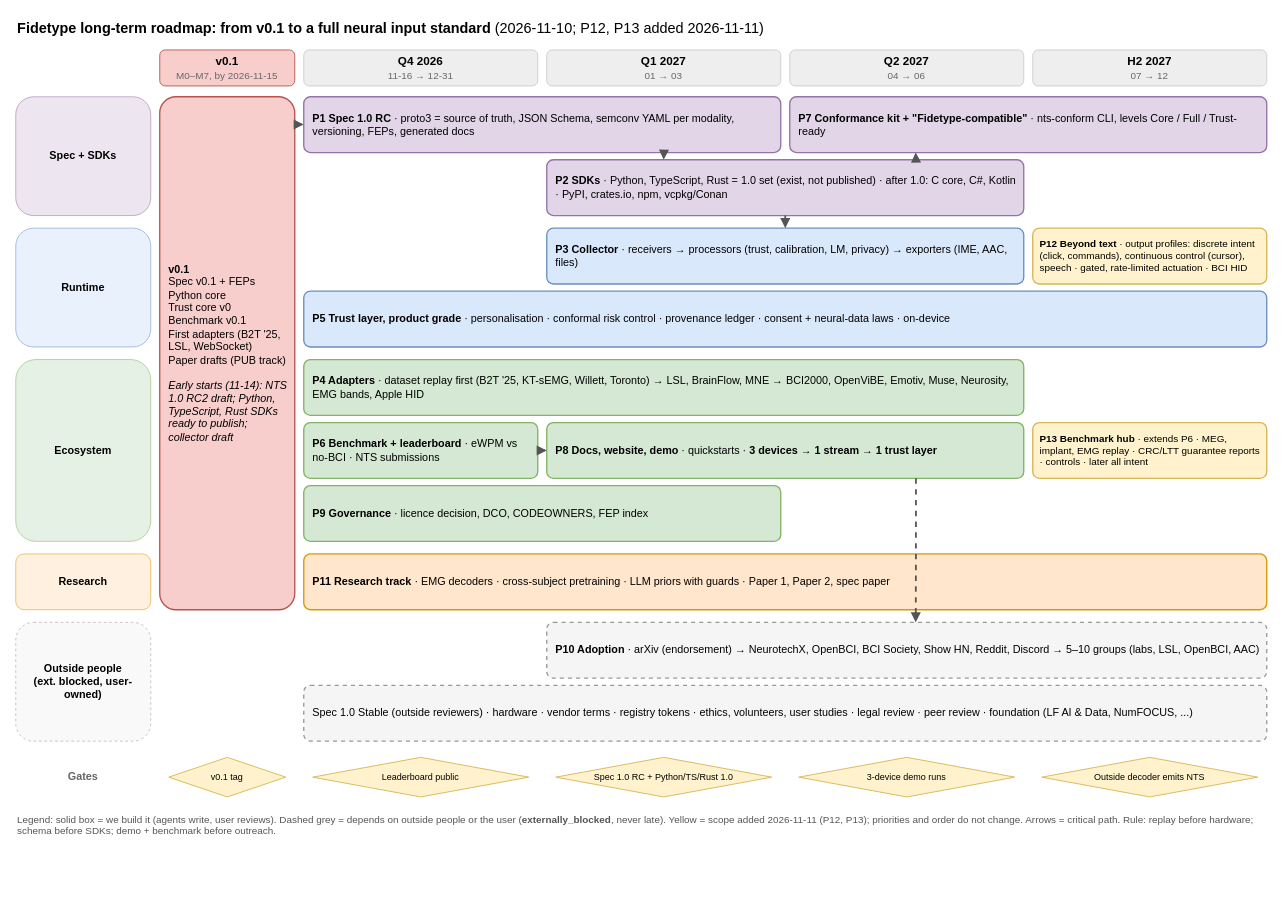
The draw.io diagram wiki/diagrams/11-roadmap-standard.drawio in zhangzibo/fidetype, before the edit. Source tidied: cells renumbered, new cells numbered last; positions are measured from the earlier drawing's top-left corner, leaving out a move shared by most shapes. Both pictures are drawn from the tidied source at 90%, with x=0, y=0 at pixel (15, 15).
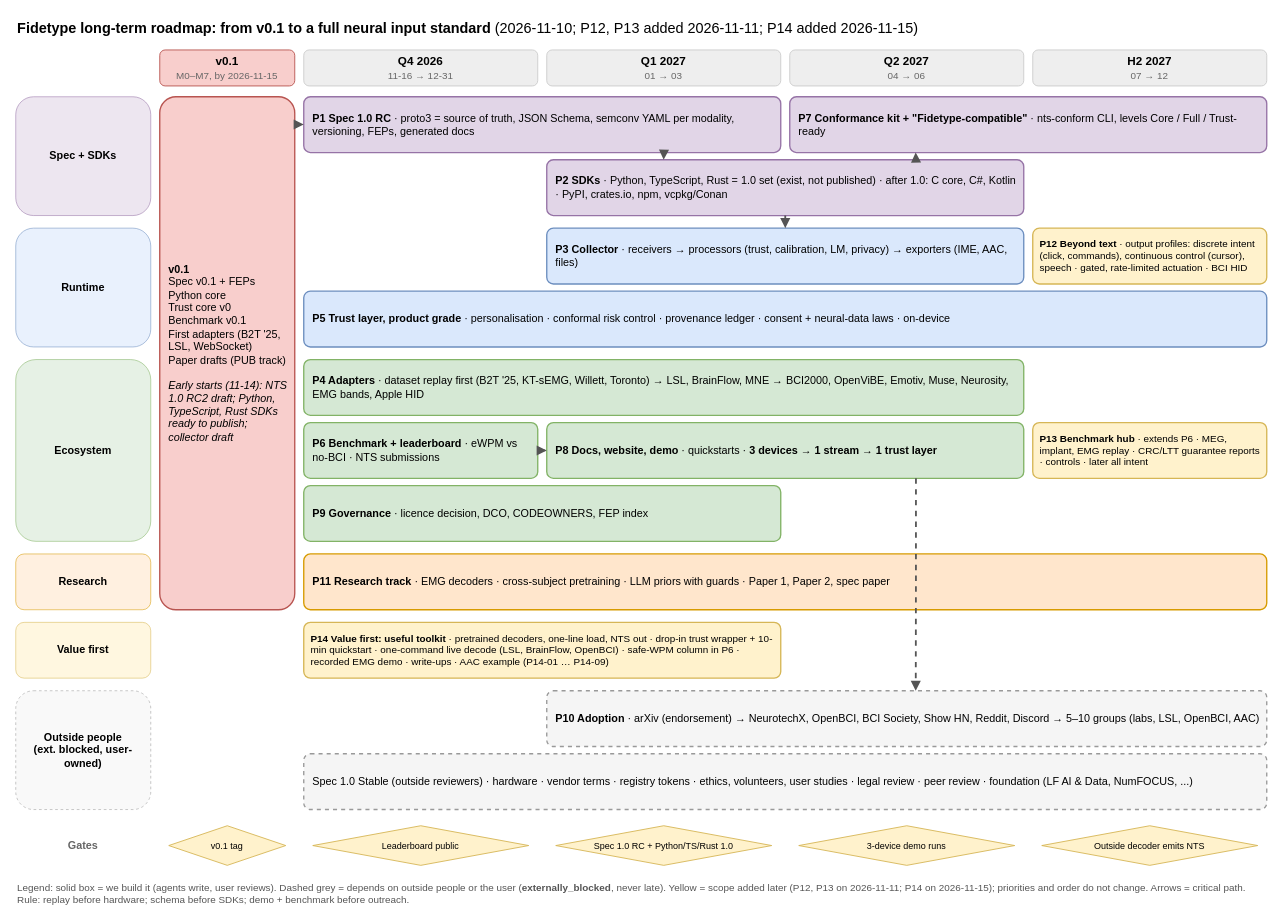
Above is the later version.

Commit message (it also covers changes not shown here):
Tracker agent stats (P14-00, P11-01, P1-13), P11-01 waiter running, diagram 11 shows P14

The edit, as a diff of the source:
```diff
@@
-    <mxCell id="2" value="&lt;b&gt;Fidetype long-term roadmap: from v0.1 to a full neural input standard&lt;/b&gt; (2026-11-10; P12, P13 added 2026-11-11)" style="text;html=1;whiteSpace=wrap;fillColor=none;strokeColor=none;fontSize=16;align=left;verticalAlign=middle;fontColor=#000000;" parent="1" vertex="1">
+    <mxCell id="2" value="&lt;b&gt;Fidetype long-term roadmap: from v0.1 to a full neural input standard&lt;/b&gt; (2026-11-10; P12, P13 added 2026-11-11; P14 added 2026-11-15)" style="text;html=1;whiteSpace=wrap;fillColor=none;strokeColor=none;fontSize=16;align=left;verticalAlign=middle;fontColor=#000000;" parent="1" vertex="1">
       <mxGeometry width="1390" height="28" as="geometry" />
     </mxCell>
@@
     <mxCell id="12" value="&lt;b&gt;Outside people&lt;br&gt;(ext. blocked, user-owned)&lt;/b&gt;" style="rounded=1;whiteSpace=wrap;html=1;fontSize=12;fillColor=#f5f5f5;strokeColor=#999999;opacity=60;align=center;verticalAlign=middle;dashed=1;" parent="1" vertex="1">
-      <mxGeometry y="674" width="150" height="132" as="geometry" />
+      <mxGeometry y="750" width="150" height="132" as="geometry" />
     </mxCell>
@@
     <mxCell id="24" value="&lt;b&gt;P10 Adoption&lt;/b&gt; · arXiv (endorsement) → NeurotechX, OpenBCI, BCI Society, Show HN, Reddit, Discord → 5–10 groups (labs, LSL, OpenBCI, AAC)" style="rounded=1;whiteSpace=wrap;html=1;fontSize=12;arcSize=12;fillColor=#f5f5f5;strokeColor=#999999;strokeWidth=1.5;dashed=1;align=left;verticalAlign=middle;spacingLeft=8;spacingRight=6;" parent="1" vertex="1">
-      <mxGeometry x="590" y="674" width="800" height="62" as="geometry" />
+      <mxGeometry x="590" y="750" width="800" height="62" as="geometry" />
     </mxCell>
     <mxCell id="25" value="Spec 1.0 Stable (outside reviewers) · hardware · vendor terms · registry tokens · ethics, volunteers, user studies · legal review · peer review · foundation (LF AI &amp;amp; Data, NumFOCUS, ...)" style="rounded=1;whiteSpace=wrap;html=1;fontSize=12;arcSize=12;fillColor=#f5f5f5;strokeColor=#999999;strokeWidth=1.5;dashed=1;align=left;verticalAlign=middle;spacingLeft=8;spacingRight=6;" parent="1" vertex="1">
-      <mxGeometry x="320" y="744" width="1070" height="62" as="geometry" />
+      <mxGeometry x="320" y="820" width="1070" height="62" as="geometry" />
     </mxCell>
@@
     <mxCell id="32" value="&lt;b&gt;Gates&lt;/b&gt;" style="text;html=1;whiteSpace=wrap;fillColor=none;strokeColor=none;fontSize=12;align=center;verticalAlign=middle;fontColor=#666666;" parent="1" vertex="1">
-      <mxGeometry y="824" width="150" height="44" as="geometry" />
+      <mxGeometry y="900" width="150" height="44" as="geometry" />
     </mxCell>
     <mxCell id="33" value="v0.1 tag" style="rhombus;whiteSpace=wrap;html=1;fontSize=10;fillColor=#fff2cc;strokeColor=#d6b656;" parent="1" vertex="1">
-      <mxGeometry x="170" y="824" width="130" height="44" as="geometry" />
+      <mxGeometry x="170" y="900" width="130" height="44" as="geometry" />
     </mxCell>
     <mxCell id="34" value="Leaderboard public" style="rhombus;whiteSpace=wrap;html=1;fontSize=10;fillColor=#fff2cc;strokeColor=#d6b656;" parent="1" vertex="1">
-      <mxGeometry x="330" y="824" width="240" height="44" as="geometry" />
+      <mxGeometry x="330" y="900" width="240" height="44" as="geometry" />
     </mxCell>
     <mxCell id="35" value="Spec 1.0 RC + Python/TS/Rust 1.0" style="rhombus;whiteSpace=wrap;html=1;fontSize=10;fillColor=#fff2cc;strokeColor=#d6b656;" parent="1" vertex="1">
-      <mxGeometry x="600" y="824" width="240" height="44" as="geometry" />
+      <mxGeometry x="600" y="900" width="240" height="44" as="geometry" />
     </mxCell>
     <mxCell id="36" value="3-device demo runs" style="rhombus;whiteSpace=wrap;html=1;fontSize=10;fillColor=#fff2cc;strokeColor=#d6b656;" parent="1" vertex="1">
-      <mxGeometry x="870" y="824" width="240" height="44" as="geometry" />
+      <mxGeometry x="870" y="900" width="240" height="44" as="geometry" />
     </mxCell>
     <mxCell id="37" value="Outside decoder emits NTS" style="rhombus;whiteSpace=wrap;html=1;fontSize=10;fillColor=#fff2cc;strokeColor=#d6b656;" parent="1" vertex="1">
-      <mxGeometry x="1140" y="824" width="240" height="44" as="geometry" />
+      <mxGeometry x="1140" y="900" width="240" height="44" as="geometry" />
     </mxCell>
-    <mxCell id="38" value="Legend: solid box = we build it (agents write, user reviews). Dashed grey = depends on outside people or the user (&lt;b&gt;externally_blocked&lt;/b&gt;, never late). Yellow = scope added 2026-11-11 (P12, P13); priorities and order do not change. Arrows = critical path. Rule: replay before hardware; schema before SDKs; demo + benchmark before outreach." style="text;html=1;whiteSpace=wrap;fillColor=none;strokeColor=none;fontSize=11;align=left;verticalAlign=top;fontColor=#555555;" parent="1" vertex="1">
-      <mxGeometry y="880" width="1390" height="34" as="geometry" />
+    <mxCell id="38" value="Legend: solid box = we build it (agents write, user reviews). Dashed grey = depends on outside people or the user (&lt;b&gt;externally_blocked&lt;/b&gt;, never late). Yellow = scope added later (P12, P13 on 2026-11-11; P14 on 2026-11-15); priorities and order do not change. Arrows = critical path. Rule: replay before hardware; schema before SDKs; demo + benchmark before outreach." style="text;html=1;whiteSpace=wrap;fillColor=none;strokeColor=none;fontSize=11;align=left;verticalAlign=top;fontColor=#555555;" parent="1" vertex="1">
+      <mxGeometry y="956" width="1390" height="34" as="geometry" />
     </mxCell>
@@
+    <mxCell id="41" value="&lt;b&gt;Value first&lt;/b&gt;" style="rounded=1;whiteSpace=wrap;html=1;fontSize=12;fillColor=#fff2cc;strokeColor=#d6b656;opacity=60;align=center;verticalAlign=middle;" parent="1" vertex="1">
+      <mxGeometry y="674" width="150" height="62" as="geometry" />
+    </mxCell>
+    <mxCell id="42" value="&lt;b&gt;P14 Value first: useful toolkit&lt;/b&gt; · pretrained decoders, one-line load, NTS out · drop-in trust wrapper + 10-min quickstart · one-command live decode (LSL, BrainFlow, OpenBCI) · safe-WPM column in P6 · recorded EMG demo · write-ups · AAC example (P14-01 … P14-09)" style="rounded=1;whiteSpace=wrap;html=1;fontSize=11;arcSize=12;fillColor=#fff2cc;strokeColor=#d6b656;strokeWidth=1.5;align=left;verticalAlign=middle;spacingLeft=6;spacingRight=4;" parent="1" vertex="1">
+      <mxGeometry x="320" y="674" width="530" height="62" as="geometry" />
+    </mxCell>
```
